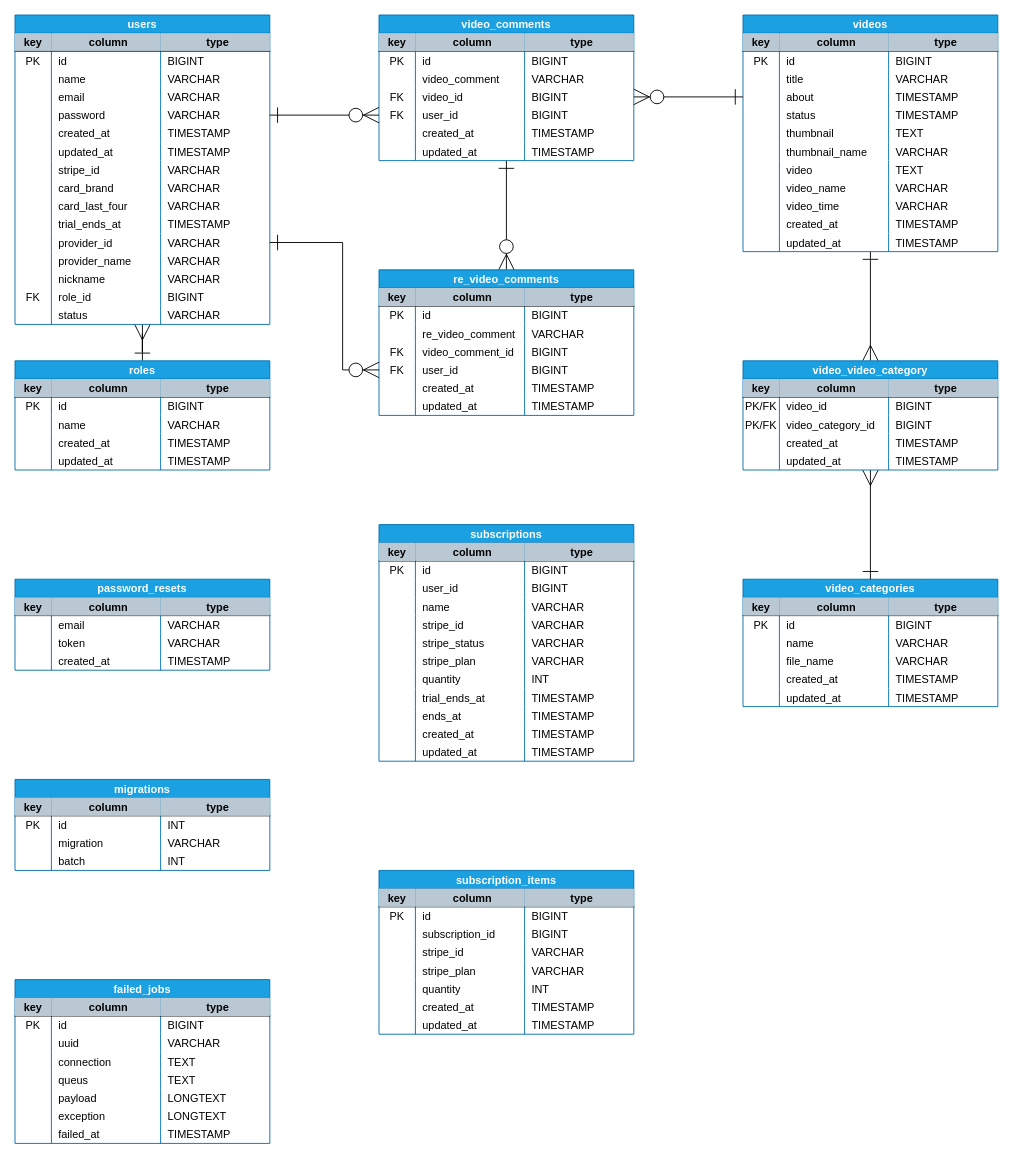
kiyo1031r1/laravel-vuejs keeps this draw.io diagram as ER.dio. Above is the earlier version. Source tidied: cells renumbered, new cells numbered last; positions are measured from the earlier drawing's top-left corner, leaving out a move shared by most shapes. Both pictures are drawn from the tidied source at 91%, with x=0, y=0 at pixel (15, 15).
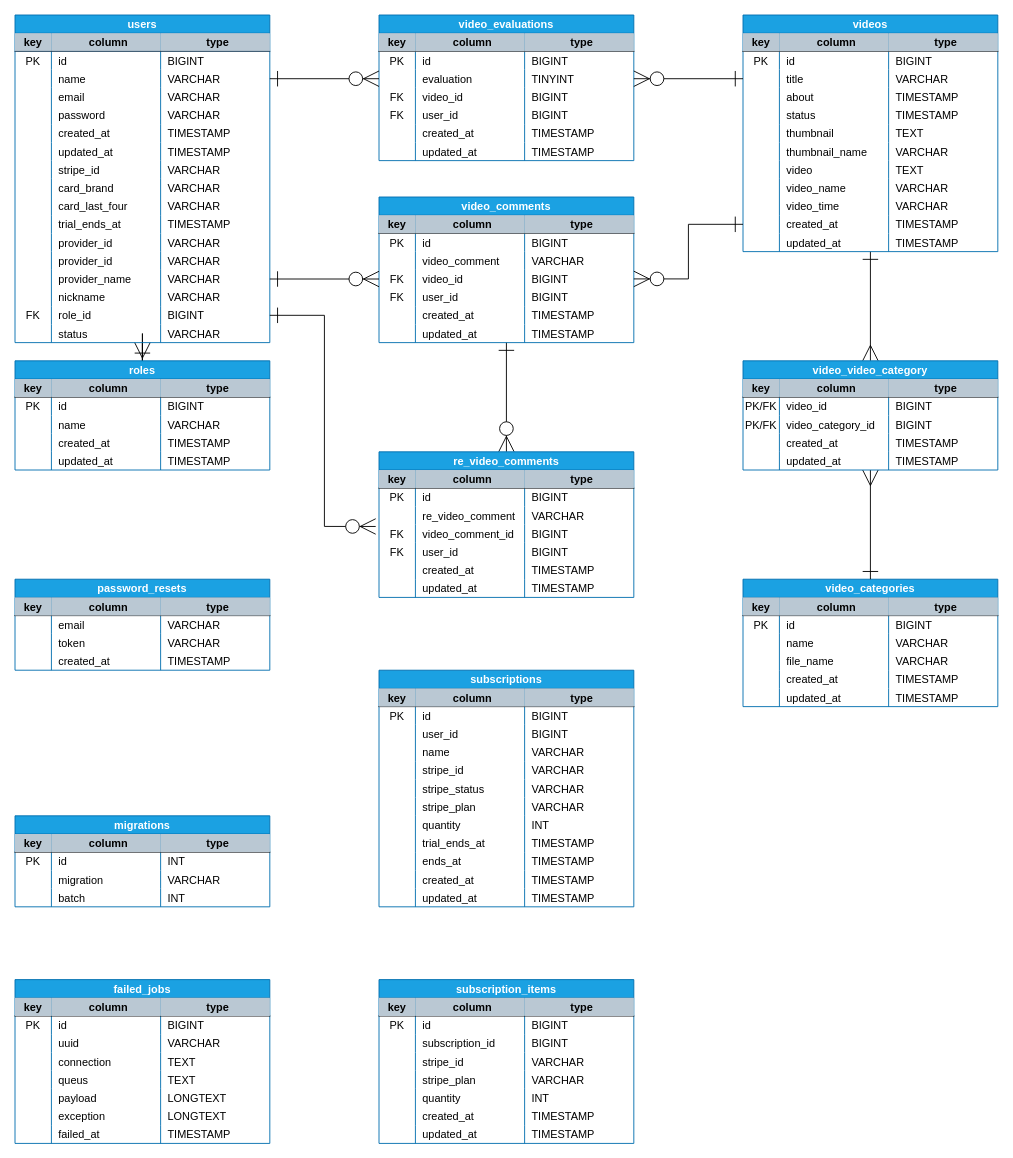
Above is the later version.

Unchanged cells that the change refers to:
```xml
<mxCell id="12" style="shape=partialRectangle;fillColor=none;top=0;left=0;bottom=0;right=0;points=[[0,0.5],[1,0.5]];portConstraint=eastwest;" parent="3" vertex="1">
  <mxGeometry y="60" width="280" height="20" as="geometry" />
</mxCell>
<mxCell id="99" style="shape=partialRectangle;fillColor=none;top=0;left=0;bottom=0;right=0;points=[[0,0.5],[1,0.5]];portConstraint=eastwest;" parent="90" vertex="1">
  <mxGeometry y="60" width="280" height="20" as="geometry" />
</mxCell>
<mxCell id="103" style="shape=partialRectangle;fillColor=none;top=0;left=0;bottom=0;right=0;points=[[0,0.5],[1,0.5]];portConstraint=eastwest;" parent="90" vertex="1">
  <mxGeometry y="80" width="280" height="20" as="geometry" />
</mxCell>
<mxCell id="131" style="shape=partialRectangle;fillColor=none;top=0;left=0;bottom=0;right=0;points=[[0,0.5],[1,0.5]];portConstraint=eastwest;" parent="90" vertex="1">
  <mxGeometry y="220" width="280" height="20" as="geometry" />
</mxCell>
<mxCell id="200" style="shape=partialRectangle;fillColor=none;top=0;left=0;bottom=0;right=0;points=[[0,0.5],[1,0.5]];portConstraint=eastwest;" parent="187" vertex="1">
  <mxGeometry y="80" width="280" height="20" as="geometry" />
</mxCell>
<mxCell id="204" style="shape=partialRectangle;fillColor=none;top=0;left=0;bottom=0;right=0;points=[[0,0.5],[1,0.5]];portConstraint=eastwest;" parent="187" vertex="1">
  <mxGeometry y="100" width="280" height="20" as="geometry" />
</mxCell>
<mxCell id="229" style="shape=partialRectangle;fillColor=none;top=0;left=0;bottom=0;right=0;points=[[0,0.5],[1,0.5]];portConstraint=eastwest;" parent="216" vertex="1">
  <mxGeometry y="80" width="280" height="20" as="geometry" />
</mxCell>
<mxCell id="233" style="shape=partialRectangle;fillColor=none;top=0;left=0;bottom=0;right=0;points=[[0,0.5],[1,0.5]];portConstraint=eastwest;" parent="216" vertex="1">
  <mxGeometry y="100" width="280" height="20" as="geometry" />
</mxCell>
```

The edit, as a diff of the source:
```diff
@@
     <mxCell id="3" value="users" style="shape=table;startSize=20;childLayout=tableLayout;rowLines=0;fontStyle=1;align=center;fillColor=#1ba1e2;strokeColor=#006EAF;fontColor=#ffffff;" parent="1" vertex="1">
-      <mxGeometry width="280" height="340" as="geometry" />
+      <mxGeometry width="280" height="360" as="geometry" />
     </mxCell>
@@
+    <mxCell id="397" style="shape=partialRectangle;fillColor=none;top=0;left=0;bottom=0;right=0;" parent="3" vertex="1">
+      <mxGeometry y="260" width="280" height="20" as="geometry" />
+    </mxCell>
+    <mxCell id="398" style="shape=partialRectangle;fillColor=none;top=0;left=0;bottom=0;right=0;overflow=hidden;" parent="397" vertex="1">
+      <mxGeometry width="40" height="20" as="geometry" />
+    </mxCell>
+    <mxCell id="399" value="provider_id" style="shape=partialRectangle;fillColor=none;top=0;left=0;bottom=0;right=0;align=left;spacingLeft=6;overflow=hidden;" parent="397" vertex="1">
+      <mxGeometry x="40" width="120" height="20" as="geometry" />
+    </mxCell>
+    <mxCell id="400" value="VARCHAR" style="shape=partialRectangle;fillColor=none;top=0;left=0;bottom=0;right=0;align=left;spacingLeft=6;overflow=hidden;" parent="397" vertex="1">
+      <mxGeometry x="160" width="120" height="20" as="geometry" />
+    </mxCell>
     <mxCell id="52" style="shape=partialRectangle;fillColor=none;top=0;left=0;bottom=0;right=0;" parent="3" vertex="1">
-      <mxGeometry y="260" width="280" height="20" as="geometry" />
+      <mxGeometry y="280" width="280" height="20" as="geometry" />
     </mxCell>
@@
     <mxCell id="56" style="shape=partialRectangle;fillColor=none;top=0;left=0;bottom=0;right=0;" parent="3" vertex="1">
-      <mxGeometry y="280" width="280" height="20" as="geometry" />
+      <mxGeometry y="300" width="280" height="20" as="geometry" />
     </mxCell>
@@
     <mxCell id="60" style="shape=partialRectangle;fillColor=none;top=0;left=0;bottom=0;right=0;points=[[0,0.5],[1,0.5]];portConstraint=eastwest;" parent="3" vertex="1">
-      <mxGeometry y="300" width="280" height="20" as="geometry" />
+      <mxGeometry y="320" width="280" height="20" as="geometry" />
     </mxCell>
@@
     <mxCell id="64" style="shape=partialRectangle;fillColor=none;top=0;left=0;bottom=0;right=0;" parent="3" vertex="1">
-      <mxGeometry y="320" width="280" height="20" as="geometry" />
+      <mxGeometry y="340" width="280" height="20" as="geometry" />
     </mxCell>
@@
     <mxCell id="187" value="video_comments" style="shape=table;startSize=20;childLayout=tableLayout;rowLines=0;fontStyle=1;align=center;fillColor=#1ba1e2;strokeColor=#006EAF;fontColor=#ffffff;" parent="1" vertex="1">
-      <mxGeometry x="400" width="280" height="160" as="geometry" />
+      <mxGeometry x="400" y="200" width="280" height="160" as="geometry" />
     </mxCell>
@@
     <mxCell id="216" value="re_video_comments" style="shape=table;startSize=20;childLayout=tableLayout;rowLines=0;fontStyle=1;align=center;fillColor=#1ba1e2;strokeColor=#006EAF;fontColor=#ffffff;" parent="1" vertex="1">
-      <mxGeometry x="400" y="280" width="280" height="160" as="geometry" />
+      <mxGeometry x="400" y="480" width="280" height="160" as="geometry" />
     </mxCell>
@@
-    <mxCell id="262" style="edgeStyle=orthogonalEdgeStyle;rounded=0;jettySize=auto;html=1;startArrow=ERzeroToMany;startFill=1;startSize=15;endArrow=ERone;endFill=0;endSize=15;" parent="1" edge="1" source="204">
-      <mxGeometry relative="1" as="geometry">
-        <mxPoint x="280" y="110" as="targetPoint" />
-        <Array as="points">
-          <mxPoint x="280" y="110" />
-        </Array>
-      </mxGeometry>
-    </mxCell>
-    <mxCell id="263" style="edgeStyle=orthogonalEdgeStyle;rounded=0;jettySize=auto;html=1;exitX=0;exitY=0.5;exitDx=0;exitDy=0;startArrow=ERzeroToMany;startFill=1;startSize=15;endArrow=ERone;endFill=0;endSize=15;" parent="1" edge="1" source="233">
-      <mxGeometry relative="1" as="geometry">
-        <mxPoint x="280" y="250" as="targetPoint" />
-        <Array as="points">
-          <mxPoint x="360" y="390" />
-          <mxPoint x="360" y="250" />
-        </Array>
-      </mxGeometry>
-    </mxCell>
-    <mxCell id="264" style="edgeStyle=orthogonalEdgeStyle;rounded=0;jettySize=auto;html=1;exitX=1;exitY=0.5;exitDx=0;exitDy=0;entryX=0;entryY=0.5;entryDx=0;entryDy=0;startArrow=ERzeroToMany;startFill=1;startSize=15;endArrow=ERone;endFill=0;endSize=15;" parent="1" edge="1" source="200" target="103">
-      <mxGeometry relative="1" as="geometry" />
-    </mxCell>
     <mxCell id="265" value="migrations" style="shape=table;startSize=20;childLayout=tableLayout;rowLines=0;fontStyle=1;align=center;fillColor=#1ba1e2;strokeColor=#006EAF;fontColor=#ffffff;" parent="1" vertex="1">
-      <mxGeometry y="840" width="280" height="100" as="geometry" />
+      <mxGeometry y="880" width="280" height="100" as="geometry" />
     </mxCell>
@@
     <mxCell id="315" value="subscriptions" style="shape=table;startSize=20;childLayout=tableLayout;rowLines=0;fontStyle=1;align=center;fillColor=#1ba1e2;strokeColor=#006EAF;fontColor=#ffffff;" parent="1" vertex="1">
-      <mxGeometry x="400" y="560" width="280" height="260" as="geometry" />
+      <mxGeometry x="400" y="720" width="280" height="260" as="geometry" />
     </mxCell>
@@
     <mxCell id="364" value="subscription_items" style="shape=table;startSize=20;childLayout=tableLayout;rowLines=0;fontStyle=1;align=center;fillColor=#1ba1e2;strokeColor=#006EAF;fontColor=#ffffff;" parent="1" vertex="1">
-      <mxGeometry x="400" y="940" width="280" height="180" as="geometry" />
+      <mxGeometry x="400" y="1060" width="280" height="180" as="geometry" />
     </mxCell>
@@
+    <mxCell id="401" style="edgeStyle=orthogonalEdgeStyle;rounded=0;orthogonalLoop=1;jettySize=auto;html=1;startArrow=ERone;startFill=0;endArrow=ERzeroToMany;endFill=1;endSize=15;startSize=15;" parent="1" edge="1">
+      <mxGeometry relative="1" as="geometry">
+        <mxPoint x="280" y="290.1" as="sourcePoint" />
+        <mxPoint x="400" y="290.1" as="targetPoint" />
+        <Array as="points">
+          <mxPoint x="280" y="290.1" />
+          <mxPoint x="400" y="290.1" />
+        </Array>
+      </mxGeometry>
+    </mxCell>
+    <mxCell id="402" value="video_evaluations" style="shape=table;startSize=20;childLayout=tableLayout;rowLines=0;fontStyle=1;align=center;fillColor=#1ba1e2;strokeColor=#006EAF;fontColor=#ffffff;" parent="1" vertex="1">
+      <mxGeometry x="400" width="280" height="160" as="geometry" />
+    </mxCell>
+    <mxCell id="403" style="shape=partialRectangle;fillColor=none;top=0;left=0;bottom=1;right=0;" parent="402" vertex="1">
+      <mxGeometry y="20" width="280" height="20" as="geometry" />
+    </mxCell>
+    <mxCell id="404" value="key" style="shape=partialRectangle;fillColor=#bac8d3;top=0;left=0;bottom=0;right=0;fontStyle=1;overflow=hidden;align=center;strokeColor=#23445d;" parent="403" vertex="1">
+      <mxGeometry width="40" height="20" as="geometry" />
+    </mxCell>
+    <mxCell id="405" value="column" style="shape=partialRectangle;fillColor=#bac8d3;top=0;left=0;bottom=0;right=0;align=center;spacingLeft=6;fontStyle=1;overflow=hidden;strokeColor=#23445d;" parent="403" vertex="1">
+      <mxGeometry x="40" width="120" height="20" as="geometry" />
+    </mxCell>
+    <mxCell id="406" value="type" style="shape=partialRectangle;fillColor=#bac8d3;top=0;left=0;bottom=0;right=0;align=center;spacingLeft=6;fontStyle=1;overflow=hidden;strokeColor=#23445d;" parent="403" vertex="1">
+      <mxGeometry x="160" width="120" height="20" as="geometry" />
+    </mxCell>
+    <mxCell id="407" style="shape=partialRectangle;fillColor=none;top=0;left=0;bottom=0;right=0;" parent="402" vertex="1">
+      <mxGeometry y="40" width="280" height="20" as="geometry" />
+    </mxCell>
+    <mxCell id="408" value="PK" style="shape=partialRectangle;fillColor=none;top=0;left=0;bottom=0;right=0;fontStyle=0;overflow=hidden;" parent="407" vertex="1">
+      <mxGeometry width="40" height="20" as="geometry" />
+    </mxCell>
+    <mxCell id="409" value="id" style="shape=partialRectangle;fillColor=none;top=0;left=0;bottom=0;right=0;align=left;spacingLeft=6;fontStyle=0;overflow=hidden;" parent="407" vertex="1">
+      <mxGeometry x="40" width="120" height="20" as="geometry" />
+    </mxCell>
+    <mxCell id="410" value="BIGINT" style="shape=partialRectangle;fillColor=none;top=0;left=0;bottom=0;right=0;align=left;spacingLeft=6;fontStyle=0;overflow=hidden;" parent="407" vertex="1">
+      <mxGeometry x="160" width="120" height="20" as="geometry" />
+    </mxCell>
+    <mxCell id="411" style="shape=partialRectangle;fillColor=none;top=0;left=0;bottom=0;right=0;points=[[0,0.5],[1,0.5]];portConstraint=eastwest;" parent="402" vertex="1">
+      <mxGeometry y="60" width="280" height="20" as="geometry" />
+    </mxCell>
+    <mxCell id="412" style="shape=partialRectangle;fillColor=none;top=0;left=0;bottom=0;right=0;overflow=hidden;" parent="411" vertex="1">
+      <mxGeometry width="40" height="20" as="geometry" />
+    </mxCell>
+    <mxCell id="413" value="evaluation" style="shape=partialRectangle;fillColor=none;top=0;left=0;bottom=0;right=0;align=left;spacingLeft=6;overflow=hidden;" parent="411" vertex="1">
+      <mxGeometry x="40" width="120" height="20" as="geometry" />
+    </mxCell>
+    <mxCell id="414" value="TINYINT" style="shape=partialRectangle;fillColor=none;top=0;left=0;bottom=0;right=0;align=left;spacingLeft=6;overflow=hidden;" parent="411" vertex="1">
+      <mxGeometry x="160" width="120" height="20" as="geometry" />
+    </mxCell>
+    <mxCell id="415" style="shape=partialRectangle;fillColor=none;top=0;left=0;bottom=0;right=0;" parent="402" vertex="1">
+      <mxGeometry y="80" width="280" height="20" as="geometry" />
+    </mxCell>
+    <mxCell id="416" value="FK" style="shape=partialRectangle;fillColor=none;top=0;left=0;bottom=0;right=0;overflow=hidden;fontStyle=0;" parent="415" vertex="1">
+      <mxGeometry width="40" height="20" as="geometry" />
+    </mxCell>
+    <mxCell id="417" value="video_id" style="shape=partialRectangle;fillColor=none;top=0;left=0;bottom=0;right=0;align=left;spacingLeft=6;overflow=hidden;" parent="415" vertex="1">
+      <mxGeometry x="40" width="120" height="20" as="geometry" />
+    </mxCell>
+    <mxCell id="418" value="BIGINT" style="shape=partialRectangle;fillColor=none;top=0;left=0;bottom=0;right=0;align=left;spacingLeft=6;overflow=hidden;" parent="415" vertex="1">
+      <mxGeometry x="160" width="120" height="20" as="geometry" />
+    </mxCell>
+    <mxCell id="419" style="shape=partialRectangle;fillColor=none;top=0;left=0;bottom=0;right=0;" parent="402" vertex="1">
+      <mxGeometry y="100" width="280" height="20" as="geometry" />
+    </mxCell>
+    <mxCell id="420" value="FK" style="shape=partialRectangle;fillColor=none;top=0;left=0;bottom=0;right=0;overflow=hidden;fontStyle=0;" parent="419" vertex="1">
+      <mxGeometry width="40" height="20" as="geometry" />
+    </mxCell>
+    <mxCell id="421" value="user_id" style="shape=partialRectangle;fillColor=none;top=0;left=0;bottom=0;right=0;align=left;spacingLeft=6;overflow=hidden;" parent="419" vertex="1">
+      <mxGeometry x="40" width="120" height="20" as="geometry" />
+    </mxCell>
+    <mxCell id="422" value="BIGINT" style="shape=partialRectangle;fillColor=none;top=0;left=0;bottom=0;right=0;align=left;spacingLeft=6;overflow=hidden;" parent="419" vertex="1">
+      <mxGeometry x="160" width="120" height="20" as="geometry" />
+    </mxCell>
+    <mxCell id="423" style="shape=partialRectangle;fillColor=none;top=0;left=0;bottom=0;right=0;" parent="402" vertex="1">
+      <mxGeometry y="120" width="280" height="20" as="geometry" />
+    </mxCell>
+    <mxCell id="424" style="shape=partialRectangle;fillColor=none;top=0;left=0;bottom=0;right=0;overflow=hidden;" parent="423" vertex="1">
+      <mxGeometry width="40" height="20" as="geometry" />
+    </mxCell>
+    <mxCell id="425" value="created_at" style="shape=partialRectangle;fillColor=none;top=0;left=0;bottom=0;right=0;align=left;spacingLeft=6;overflow=hidden;" parent="423" vertex="1">
+      <mxGeometry x="40" width="120" height="20" as="geometry" />
+    </mxCell>
+    <mxCell id="426" value="TIMESTAMP" style="shape=partialRectangle;fillColor=none;top=0;left=0;bottom=0;right=0;align=left;spacingLeft=6;overflow=hidden;" parent="423" vertex="1">
+      <mxGeometry x="160" width="120" height="20" as="geometry" />
+    </mxCell>
+    <mxCell id="427" style="shape=partialRectangle;fillColor=none;top=0;left=0;bottom=0;right=0;" parent="402" vertex="1">
+      <mxGeometry y="140" width="280" height="20" as="geometry" />
+    </mxCell>
+    <mxCell id="428" style="shape=partialRectangle;fillColor=none;top=0;left=0;bottom=0;right=0;overflow=hidden;" parent="427" vertex="1">
+      <mxGeometry width="40" height="20" as="geometry" />
+    </mxCell>
+    <mxCell id="429" value="updated_at" style="shape=partialRectangle;fillColor=none;top=0;left=0;bottom=0;right=0;align=left;spacingLeft=6;overflow=hidden;" parent="427" vertex="1">
+      <mxGeometry x="40" width="120" height="20" as="geometry" />
+    </mxCell>
+    <mxCell id="430" value="TIMESTAMP" style="shape=partialRectangle;fillColor=none;top=0;left=0;bottom=0;right=0;align=left;spacingLeft=6;overflow=hidden;" parent="427" vertex="1">
+      <mxGeometry x="160" width="120" height="20" as="geometry" />
+    </mxCell>
+    <mxCell id="431" style="edgeStyle=orthogonalEdgeStyle;rounded=0;jettySize=auto;html=1;exitX=0;exitY=0.5;exitDx=0;exitDy=0;entryX=1;entryY=0.5;entryDx=0;entryDy=0;startArrow=ERone;startFill=0;startSize=15;endArrow=ERzeroToMany;endFill=1;endSize=15;" parent="1" edge="1" source="99" target="411">
+      <mxGeometry relative="1" as="geometry" />
+    </mxCell>
+    <mxCell id="432" style="edgeStyle=orthogonalEdgeStyle;rounded=0;jettySize=auto;html=1;exitX=1;exitY=0.5;exitDx=0;exitDy=0;entryX=0;entryY=0.5;entryDx=0;entryDy=0;startArrow=ERone;startFill=0;startSize=15;endArrow=ERzeroToMany;endFill=1;endSize=15;" parent="1" edge="1" source="12" target="411">
+      <mxGeometry relative="1" as="geometry" />
+    </mxCell>
+    <mxCell id="433" style="edgeStyle=orthogonalEdgeStyle;rounded=0;jettySize=auto;html=1;exitX=0;exitY=0.5;exitDx=0;exitDy=0;entryX=1;entryY=0.5;entryDx=0;entryDy=0;startArrow=ERone;startFill=0;startSize=15;endArrow=ERzeroToMany;endFill=1;endSize=15;" parent="1" edge="1" source="131" target="200">
+      <mxGeometry relative="1" as="geometry" />
+    </mxCell>
+    <mxCell id="434" style="edgeStyle=orthogonalEdgeStyle;rounded=0;jettySize=auto;html=1;exitX=1;exitY=0.5;exitDx=0;exitDy=0;startArrow=ERone;startFill=0;startSize=15;endArrow=ERzeroToMany;endFill=1;endSize=15;entryX=-0.013;entryY=0.102;entryDx=0;entryDy=0;entryPerimeter=0;" parent="1" edge="1" source="60" target="229">
+      <mxGeometry relative="1" as="geometry" />
+    </mxCell>
```
